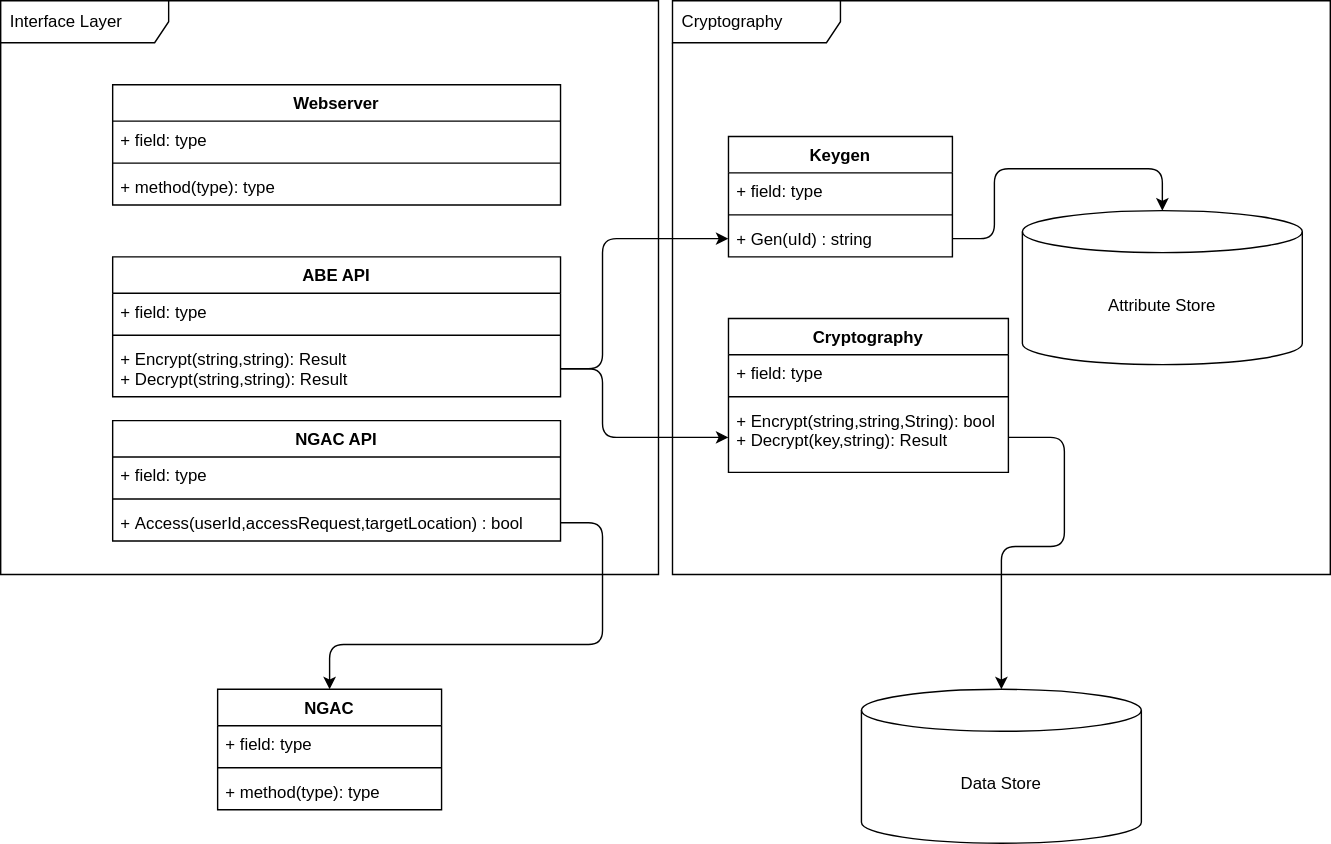
The draw.io diagram docs/design/system/system_design.drawio.svg in ivajon/NGAC_ABE, before a commit. Source tidied: cells renumbered, new cells last; positions are measured from the earlier drawing's top-left corner, leaving out a move shared by most shapes.
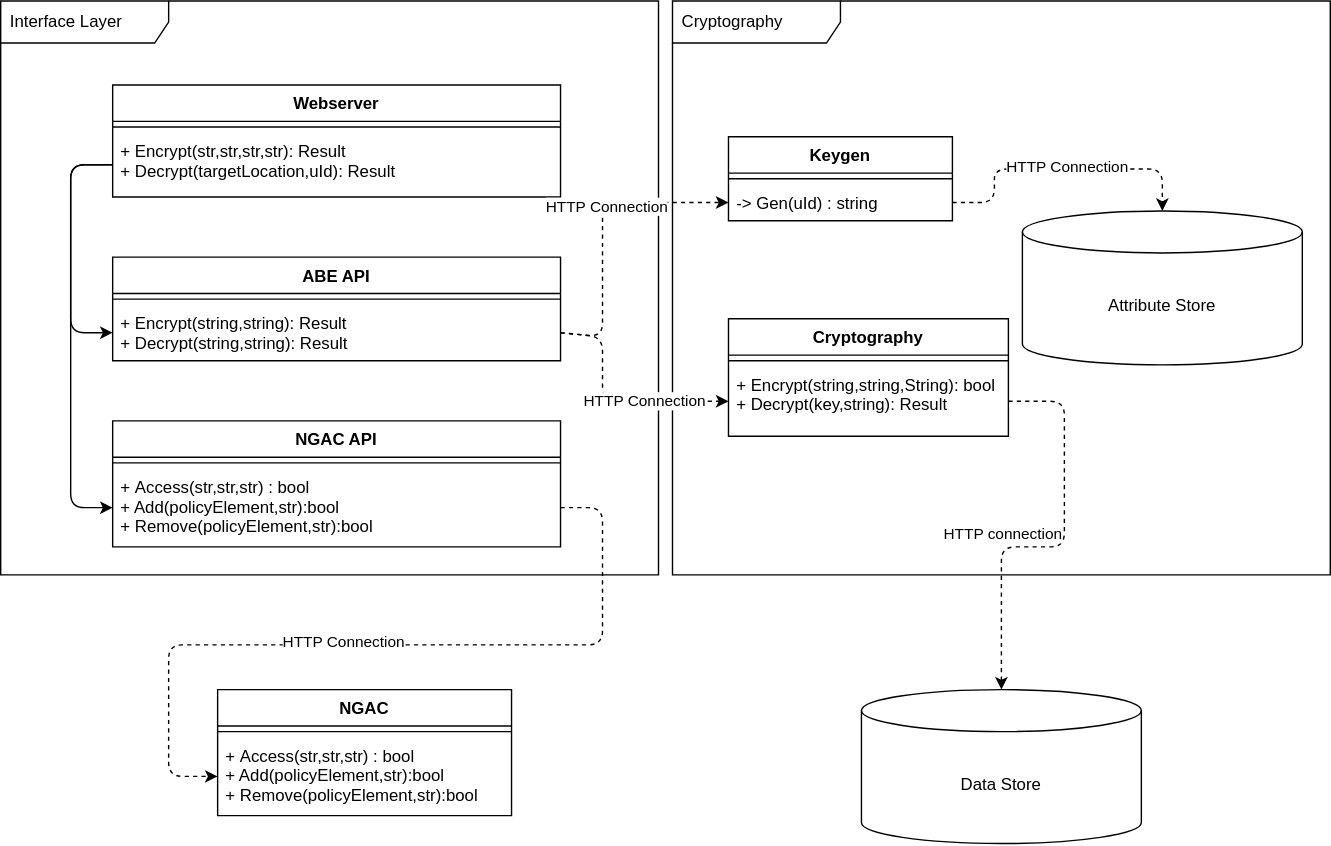
Above is the later version.

Commit message:
static design, kinda correct

Diff of the diagram source:
```diff
@@ -6,40 +6,31 @@
       <mxGeometry width="470" height="410" as="geometry" />
     </mxCell>
     <mxCell id="3" value="Webserver" style="swimlane;fontStyle=1;align=center;verticalAlign=top;horizontal=1;startSize=26;" parent="1" vertex="1">
-      <mxGeometry x="80" y="60" width="320" height="86" as="geometry" />
+      <mxGeometry x="80" y="60" width="320" height="80" as="geometry" />
     </mxCell>
-    <mxCell id="4" value="+ field: type" style="text;strokeColor=none;fillColor=none;align=left;verticalAlign=top;spacingLeft=4;spacingRight=4;overflow=hidden;" parent="3" vertex="1">
-      <mxGeometry y="26" width="320" height="26" as="geometry" />
-    </mxCell>
     <mxCell id="5" style="line;strokeWidth=1;fillColor=none;align=left;verticalAlign=middle;spacingTop=-1;spacingLeft=3;spacingRight=3;labelPosition=right;" parent="3" vertex="1">
-      <mxGeometry y="52" width="320" height="8" as="geometry" />
+      <mxGeometry y="26" width="320" height="8" as="geometry" />
     </mxCell>
-    <mxCell id="6" value="+ method(type): type" style="text;strokeColor=none;fillColor=none;align=left;verticalAlign=top;spacingLeft=4;spacingRight=4;overflow=hidden;points=[[0,0.5],[1,0.5]];portConstraint=eastwest;" parent="3" vertex="1">
-      <mxGeometry y="60" width="320" height="26" as="geometry" />
+    <mxCell id="6" value="+ Encrypt(str,str,str,str): Result&#10;+ Decrypt(targetLocation,uId): Result" style="text;strokeColor=none;fillColor=none;align=left;verticalAlign=top;spacingLeft=4;spacingRight=4;overflow=hidden;points=[[0,0.5],[1,0.5]];portConstraint=eastwest;" parent="3" vertex="1">
+      <mxGeometry y="34" width="320" height="46" as="geometry" />
     </mxCell>
     <mxCell id="7" value="NGAC API" style="swimlane;fontStyle=1;align=center;verticalAlign=top;horizontal=1;startSize=26;" parent="1" vertex="1">
-      <mxGeometry x="80" y="300" width="320" height="86" as="geometry" />
+      <mxGeometry x="80" y="300" width="320" height="90" as="geometry" />
     </mxCell>
-    <mxCell id="8" value="+ field: type" style="text;strokeColor=none;fillColor=none;align=left;verticalAlign=top;spacingLeft=4;spacingRight=4;overflow=hidden;" parent="7" vertex="1">
-      <mxGeometry y="26" width="320" height="26" as="geometry" />
-    </mxCell>
     <mxCell id="9" style="line;strokeWidth=1;fillColor=none;align=left;verticalAlign=middle;spacingTop=-1;spacingLeft=3;spacingRight=3;labelPosition=right;" parent="7" vertex="1">
-      <mxGeometry y="52" width="320" height="8" as="geometry" />
+      <mxGeometry y="26" width="320" height="8" as="geometry" />
     </mxCell>
-    <mxCell id="10" value="+ Access(userId,accessRequest,targetLocation) : bool" style="text;strokeColor=none;fillColor=none;align=left;verticalAlign=top;spacingLeft=4;spacingRight=4;overflow=hidden;points=[[0,0.5],[1,0.5]];portConstraint=eastwest;" parent="7" vertex="1">
-      <mxGeometry y="60" width="320" height="26" as="geometry" />
+    <mxCell id="10" value="+ Access(str,str,str) : bool&#10;+ Add(policyElement,str):bool&#10;+ Remove(policyElement,str):bool&#10;" style="text;strokeColor=none;fillColor=none;align=left;verticalAlign=top;spacingLeft=4;spacingRight=4;overflow=hidden;points=[[0,0.5],[1,0.5]];portConstraint=eastwest;" parent="7" vertex="1">
+      <mxGeometry y="34" width="320" height="56" as="geometry" />
     </mxCell>
     <mxCell id="11" value="ABE API" style="swimlane;fontStyle=1;align=center;verticalAlign=top;horizontal=1;startSize=26;" parent="1" vertex="1">
-      <mxGeometry x="80" y="183" width="320" height="100" as="geometry" />
+      <mxGeometry x="80" y="183" width="320" height="74" as="geometry" />
     </mxCell>
-    <mxCell id="12" value="+ field: type" style="text;strokeColor=none;fillColor=none;align=left;verticalAlign=top;spacingLeft=4;spacingRight=4;overflow=hidden;" parent="11" vertex="1">
-      <mxGeometry y="26" width="320" height="26" as="geometry" />
-    </mxCell>
     <mxCell id="13" style="line;strokeWidth=1;fillColor=none;align=left;verticalAlign=middle;spacingTop=-1;spacingLeft=3;spacingRight=3;labelPosition=right;" parent="11" vertex="1">
-      <mxGeometry y="52" width="320" height="8" as="geometry" />
+      <mxGeometry y="26" width="320" height="8" as="geometry" />
     </mxCell>
     <mxCell id="14" value="+ Encrypt(string,string): Result&#10;+ Decrypt(string,string): Result" style="text;strokeColor=none;fillColor=none;align=left;verticalAlign=top;spacingLeft=4;spacingRight=4;overflow=hidden;points=[[0,0.5],[1,0.5]];portConstraint=eastwest;" parent="11" vertex="1">
-      <mxGeometry y="60" width="320" height="40" as="geometry" />
+      <mxGeometry y="34" width="320" height="40" as="geometry" />
     </mxCell>
     <mxCell id="15" value="Cryptography" style="shape=umlFrame;whiteSpace=wrap;html=1;width=120;height=30;boundedLbl=1;verticalAlign=middle;align=left;spacingLeft=5;" parent="1" vertex="1">
       <mxGeometry x="480" width="470" height="410" as="geometry" />
@@ -48,86 +39,112 @@
       <mxGeometry x="615" y="492" width="200" height="110" as="geometry" />
     </mxCell>
     <mxCell id="17" value="Keygen" style="swimlane;fontStyle=1;align=center;verticalAlign=top;horizontal=1;startSize=26;" parent="1" vertex="1">
-      <mxGeometry x="520" y="97" width="160" height="86" as="geometry" />
+      <mxGeometry x="520" y="97" width="160" height="60" as="geometry" />
     </mxCell>
-    <mxCell id="18" value="+ field: type" style="text;strokeColor=none;fillColor=none;align=left;verticalAlign=top;spacingLeft=4;spacingRight=4;overflow=hidden;" parent="17" vertex="1">
-      <mxGeometry y="26" width="160" height="26" as="geometry" />
-    </mxCell>
     <mxCell id="19" style="line;strokeWidth=1;fillColor=none;align=left;verticalAlign=middle;spacingTop=-1;spacingLeft=3;spacingRight=3;labelPosition=right;" parent="17" vertex="1">
-      <mxGeometry y="52" width="160" height="8" as="geometry" />
+      <mxGeometry y="26" width="160" height="8" as="geometry" />
     </mxCell>
-    <mxCell id="20" value="+ Gen(uId) : string" style="text;strokeColor=none;fillColor=none;align=left;verticalAlign=top;spacingLeft=4;spacingRight=4;overflow=hidden;points=[[0,0.5],[1,0.5]];portConstraint=eastwest;" parent="17" vertex="1">
-      <mxGeometry y="60" width="160" height="26" as="geometry" />
+    <mxCell id="20" value="-&gt; Gen(uId) : string" style="text;strokeColor=none;fillColor=none;align=left;verticalAlign=top;spacingLeft=4;spacingRight=4;overflow=hidden;points=[[0,0.5],[1,0.5]];portConstraint=eastwest;" parent="17" vertex="1">
+      <mxGeometry y="34" width="160" height="26" as="geometry" />
     </mxCell>
     <mxCell id="21" value="Cryptography" style="swimlane;fontStyle=1;align=center;verticalAlign=top;horizontal=1;startSize=26;" parent="1" vertex="1">
-      <mxGeometry x="520" y="227" width="200" height="110" as="geometry" />
+      <mxGeometry x="520" y="227" width="200" height="84" as="geometry" />
     </mxCell>
-    <mxCell id="22" value="+ field: type" style="text;strokeColor=none;fillColor=none;align=left;verticalAlign=top;spacingLeft=4;spacingRight=4;overflow=hidden;" parent="21" vertex="1">
-      <mxGeometry y="26" width="200" height="26" as="geometry" />
-    </mxCell>
     <mxCell id="23" style="line;strokeWidth=1;fillColor=none;align=left;verticalAlign=middle;spacingTop=-1;spacingLeft=3;spacingRight=3;labelPosition=right;" parent="21" vertex="1">
-      <mxGeometry y="52" width="200" height="8" as="geometry" />
+      <mxGeometry y="26" width="200" height="8" as="geometry" />
     </mxCell>
     <mxCell id="24" value="+ Encrypt(string,string,String): bool&#10;+ Decrypt(key,string): Result" style="text;strokeColor=none;fillColor=none;align=left;verticalAlign=top;spacingLeft=4;spacingRight=4;overflow=hidden;points=[[0,0.5],[1,0.5]];portConstraint=eastwest;" parent="21" vertex="1">
-      <mxGeometry y="60" width="200" height="50" as="geometry" />
+      <mxGeometry y="34" width="200" height="50" as="geometry" />
     </mxCell>
     <mxCell id="25" value="Attribute Store" style="shape=cylinder3;whiteSpace=wrap;html=1;boundedLbl=1;backgroundOutline=1;size=15;" parent="1" vertex="1">
       <mxGeometry x="730" y="150" width="200" height="110" as="geometry" />
     </mxCell>
     <mxCell id="26" value="NGAC" style="swimlane;fontStyle=1;align=center;verticalAlign=top;horizontal=1;startSize=26;" parent="1" vertex="1">
-      <mxGeometry x="155" y="492" width="160" height="86" as="geometry" />
+      <mxGeometry x="155" y="492" width="210" height="90" as="geometry" />
     </mxCell>
-    <mxCell id="27" value="+ field: type" style="text;strokeColor=none;fillColor=none;align=left;verticalAlign=top;spacingLeft=4;spacingRight=4;overflow=hidden;" parent="26" vertex="1">
-      <mxGeometry y="26" width="160" height="26" as="geometry" />
-    </mxCell>
     <mxCell id="28" style="line;strokeWidth=1;fillColor=none;align=left;verticalAlign=middle;spacingTop=-1;spacingLeft=3;spacingRight=3;labelPosition=right;" parent="26" vertex="1">
-      <mxGeometry y="52" width="160" height="8" as="geometry" />
+      <mxGeometry y="26" width="210" height="8" as="geometry" />
     </mxCell>
-    <mxCell id="29" value="+ method(type): type" style="text;strokeColor=none;fillColor=none;align=left;verticalAlign=top;spacingLeft=4;spacingRight=4;overflow=hidden;points=[[0,0.5],[1,0.5]];portConstraint=eastwest;" parent="26" vertex="1">
-      <mxGeometry y="60" width="160" height="26" as="geometry" />
+    <mxCell id="29" value="+ Access(str,str,str) : bool&#10;+ Add(policyElement,str):bool&#10;+ Remove(policyElement,str):bool&#10;" style="text;strokeColor=none;fillColor=none;align=left;verticalAlign=top;spacingLeft=4;spacingRight=4;overflow=hidden;points=[[0,0.5],[1,0.5]];portConstraint=eastwest;" parent="26" vertex="1">
+      <mxGeometry y="34" width="210" height="56" as="geometry" />
     </mxCell>
-    <mxCell id="30" style="edgeStyle=none;html=1;entryX=0;entryY=0.5;entryDx=0;entryDy=0;exitX=1;exitY=0.5;exitDx=0;exitDy=0;" parent="1" edge="1" source="14" target="20">
+    <mxCell id="30" style="edgeStyle=none;html=1;entryX=0;entryY=0.5;entryDx=0;entryDy=0;exitX=1;exitY=0.5;exitDx=0;exitDy=0;dashed=1;" parent="1" edge="1" source="14" target="20">
       <mxGeometry relative="1" as="geometry">
         <Array as="points">
-          <mxPoint x="430" y="263" />
-          <mxPoint x="430" y="170" />
+          <mxPoint x="430" y="240" />
+          <mxPoint x="430" y="144" />
         </Array>
       </mxGeometry>
     </mxCell>
+    <mxCell id="35" value="HTTP Connection" style="edgeLabel;html=1;align=center;verticalAlign=middle;" parent="30" vertex="1">
+      <mxGeometry x="0.19" y="-2" relative="1" as="geometry" />
+    </mxCell>
-    <mxCell id="31" style="edgeStyle=none;html=1;exitX=1;exitY=0.5;exitDx=0;exitDy=0;entryX=0;entryY=0.5;entryDx=0;entryDy=0;" parent="1" edge="1" source="14" target="24">
+    <mxCell id="31" style="edgeStyle=none;html=1;exitX=1;exitY=0.5;exitDx=0;exitDy=0;entryX=0;entryY=0.5;entryDx=0;entryDy=0;dashed=1;" parent="1" edge="1" source="14" target="24">
       <mxGeometry relative="1" as="geometry">
         <Array as="points">
-          <mxPoint x="430" y="263" />
-          <mxPoint x="430" y="312" />
+          <mxPoint x="430" y="240" />
+          <mxPoint x="430" y="286" />
         </Array>
       </mxGeometry>
     </mxCell>
+    <mxCell id="36" value="HTTP Connection" style="edgeLabel;html=1;align=center;verticalAlign=middle;" parent="31" vertex="1">
+      <mxGeometry x="0.26" y="1" relative="1" as="geometry" />
+    </mxCell>
-    <mxCell id="32" style="edgeStyle=none;html=1;exitX=1;exitY=0.5;exitDx=0;exitDy=0;entryX=0.5;entryY=0;entryDx=0;entryDy=0;entryPerimeter=0;" parent="1" edge="1" source="20" target="25">
+    <mxCell id="32" style="edgeStyle=none;html=1;exitX=1;exitY=0.5;exitDx=0;exitDy=0;entryX=0.5;entryY=0;entryDx=0;entryDy=0;entryPerimeter=0;dashed=1;" parent="1" edge="1" source="20" target="25">
       <mxGeometry relative="1" as="geometry">
         <Array as="points">
-          <mxPoint x="710" y="170" />
+          <mxPoint x="710" y="144" />
           <mxPoint x="710" y="120" />
           <mxPoint x="830" y="120" />
         </Array>
       </mxGeometry>
     </mxCell>
+    <mxCell id="37" value="HTTP Connection" style="edgeLabel;html=1;align=center;verticalAlign=middle;" parent="32" vertex="1">
+      <mxGeometry x="0.04" y="2" relative="1" as="geometry" />
+    </mxCell>
-    <mxCell id="33" style="edgeStyle=none;html=1;exitX=1;exitY=0.5;exitDx=0;exitDy=0;entryX=0.5;entryY=0;entryDx=0;entryDy=0;" parent="1" edge="1" source="10" target="26">
+    <mxCell id="33" style="edgeStyle=none;html=1;entryX=0;entryY=0.5;entryDx=0;entryDy=0;dashed=1;" parent="1" edge="1" target="29">
       <mxGeometry relative="1" as="geometry">
+        <mxPoint x="400" y="362" as="sourcePoint" />
         <Array as="points">
-          <mxPoint x="430" y="373" />
+          <mxPoint x="430" y="362" />
           <mxPoint x="430" y="460" />
-          <mxPoint x="235" y="460" />
+          <mxPoint x="120" y="460" />
+          <mxPoint x="120" y="554" />
         </Array>
       </mxGeometry>
     </mxCell>
+    <mxCell id="38" value="HTTP Connection" style="edgeLabel;html=1;align=center;verticalAlign=middle;" parent="33" vertex="1">
+      <mxGeometry x="0.11" y="-3" relative="1" as="geometry" />
+    </mxCell>
-    <mxCell id="34" style="edgeStyle=none;html=1;exitX=1;exitY=0.5;exitDx=0;exitDy=0;entryX=0.5;entryY=0;entryDx=0;entryDy=0;entryPerimeter=0;" parent="1" edge="1" source="24" target="16">
+    <mxCell id="34" style="edgeStyle=none;html=1;exitX=1;exitY=0.5;exitDx=0;exitDy=0;entryX=0.5;entryY=0;entryDx=0;entryDy=0;entryPerimeter=0;dashed=1;" parent="1" edge="1" source="24" target="16">
       <mxGeometry relative="1" as="geometry">
         <Array as="points">
-          <mxPoint x="760" y="312" />
+          <mxPoint x="760" y="286" />
           <mxPoint x="760" y="390" />
           <mxPoint x="715" y="390" />
         </Array>
       </mxGeometry>
     </mxCell>
+    <mxCell id="39" value="HTTP connection" style="edgeLabel;html=1;align=center;verticalAlign=middle;" parent="34" vertex="1">
+      <mxGeometry x="0.34" y="3" relative="1" as="geometry">
+        <mxPoint x="-3" y="-15" as="offset" />
+      </mxGeometry>
+    </mxCell>
+    <mxCell id="40" style="edgeStyle=none;html=1;exitX=0;exitY=0.5;exitDx=0;exitDy=0;entryX=0;entryY=0.5;entryDx=0;entryDy=0;" parent="1" edge="1" source="6" target="14">
+      <mxGeometry relative="1" as="geometry">
+        <Array as="points">
+          <mxPoint x="50" y="117" />
+          <mxPoint x="50" y="237" />
+        </Array>
+      </mxGeometry>
+    </mxCell>
+    <mxCell id="41" style="edgeStyle=none;html=1;exitX=0;exitY=0.5;exitDx=0;exitDy=0;entryX=0;entryY=0.5;entryDx=0;entryDy=0;" parent="1" edge="1" source="6" target="10">
+      <mxGeometry relative="1" as="geometry">
+        <Array as="points">
+          <mxPoint x="50" y="117" />
+          <mxPoint x="50" y="362" />
+        </Array>
+      </mxGeometry>
+    </mxCell>
   </root>
 </mxGraphModel>
```
